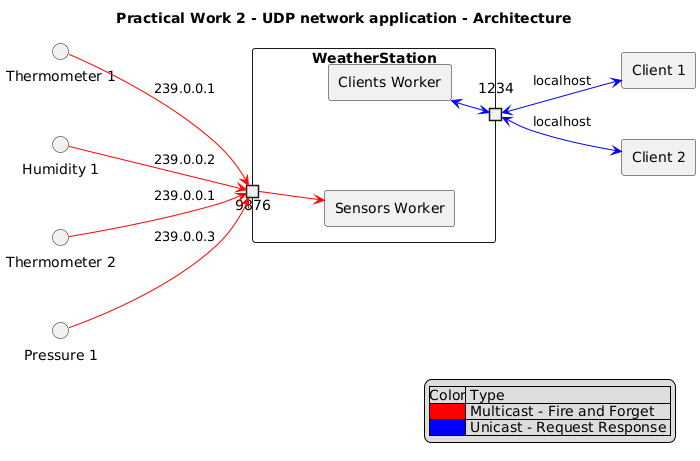
heig-vd-dai-course/heig-vd-dai-course keeps this PlantUML diagram as 06.02-practical-work-2-(1-of-6)/01-course-material/images/practical-work-2-udp-network-application-architecture.png. Above is the earlier version. Its source is kept beside it as 06.02-practical-work-2-(1-of-6)/01-course-material/images/practical-work-2-udp-network-application-architecture.plantuml. Its diagram source:
```plantuml
@startuml practical-work-3-architecture
left to right direction
skinparam componentStyle rectangle
skinparam ComponentPadding 10
skinparam BoxPadding 20

title Practical Work 2 - UDP network application - Architecture

interface "Thermometer 1" as therm1
interface "Humidity 1" as hum1
interface "Thermometer 2" as therm2
interface "Pressure 1" as press1

component WeatherStation as ws {
    portin 9876
    portout 1234

    component "Sensors Worker" as sensorsWorker
    component "Clients Worker" as clientsWorker

    9876 -left[#red]-> sensorsWorker
    1234 <-[#blue]-> clientsWorker
}

component "Client 1" as client1
component "Client 2" as client2

therm1 -[#red]-> 9876 : 239.0.0.1
therm2 -[#red]-> 9876 : 239.0.0.1
hum1 -[#red]-> 9876 : 239.0.0.2
press1 -[#red]-> 9876 : 239.0.0.3

client1 <-up[#blue]-> 1234 : localhost
client2 <-up[#blue]-> 1234 : localhost

legend right
|Color| Type |
|<#FF0000>| Multicast - Fire and Forget |
|<#0000FF>| Unicast - Request Response |
endlegend
@enduml
```
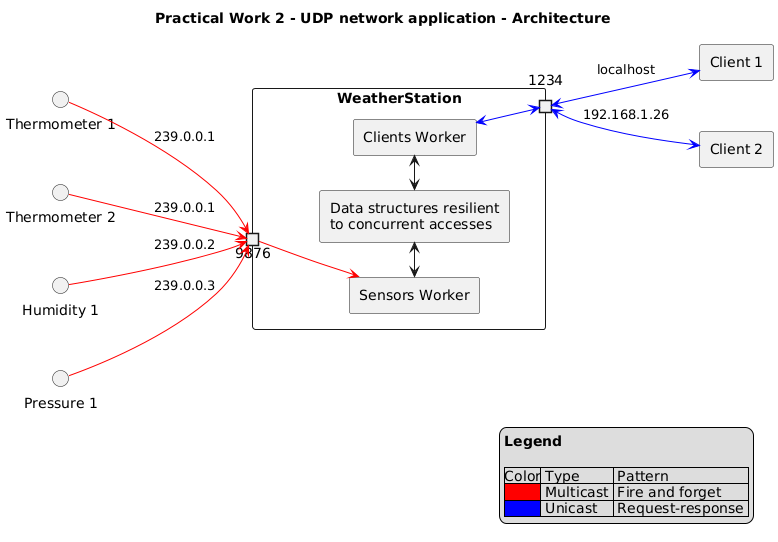
Above is the later version.

Commit message:
Practical work 2 reworked

The edit, as a diff of the source:
```diff
@@ -1,14 +1,21 @@
-@startuml practical-work-3-architecture
+@startuml "practical-work-2-udp-network-application-architecture"
 left to right direction
+
+skinparam boxPadding 20
+skinparam componentPadding 10
 skinparam componentStyle rectangle
-skinparam ComponentPadding 10
-skinparam BoxPadding 20
+skinparam maxMessageSize 300
+skinparam noteTextAlignment center
+skinparam sequenceMessageAlign direction
+skinparam wrapWidth 250
 
-title Practical Work 2 - UDP network application - Architecture
+!pragma teoz true
+
+title "Practical Work 2 - UDP network application - Architecture"
 
 interface "Thermometer 1" as therm1
+interface "Thermometer 2" as therm2
 interface "Humidity 1" as hum1
-interface "Thermometer 2" as therm2
 interface "Pressure 1" as press1
 
 component WeatherStation as ws {
@@ -17,6 +24,11 @@
 
     component "Sensors Worker" as sensorsWorker
     component "Clients Worker" as clientsWorker
+
+    component "Data structures resilient\nto concurrent accesses" as concurrent
+
+    sensorsWorker <-> concurrent
+    concurrent <-> clientsWorker
 
     9876 -left[#red]-> sensorsWorker
     1234 <-[#blue]-> clientsWorker
@@ -31,11 +43,13 @@
 press1 -[#red]-> 9876 : 239.0.0.3
 
 client1 <-up[#blue]-> 1234 : localhost
-client2 <-up[#blue]-> 1234 : localhost
+client2 <-up[#blue]-> 1234 : 192.168.1.26
 
 legend right
-|Color| Type |
-|<#FF0000>| Multicast - Fire and Forget |
-|<#0000FF>| Unicast - Request Response |
+**Legend**
+
+|Color| Type | Pattern |
+|<#red>| Multicast | Fire and forget |
+|<#blue>| Unicast | Request-response |
 endlegend
 @enduml
```
